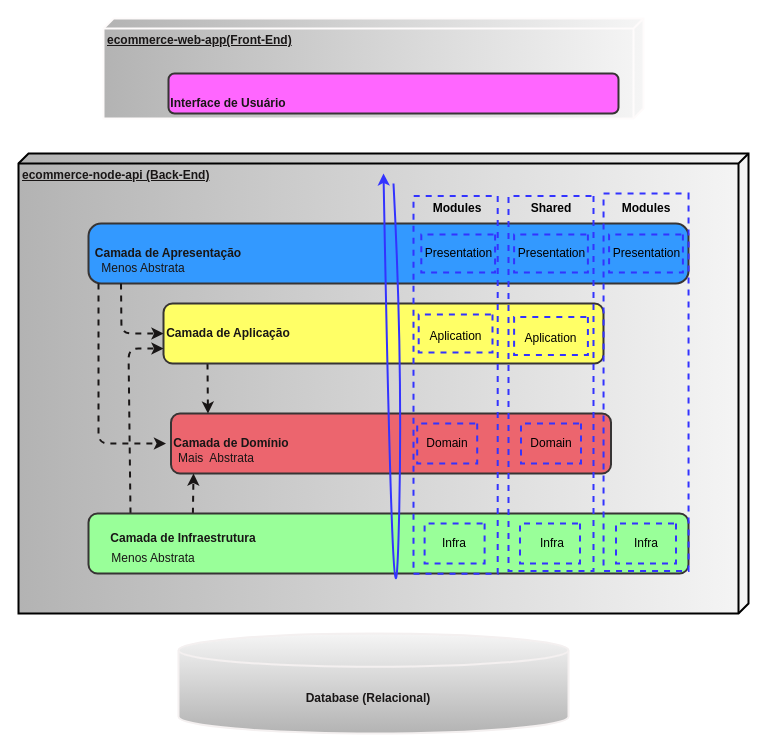
Before: page "Arquitetura em Camadas" (1 of 2) of requirements/ecommerce-arquitetura.drawio in AdsonVicente/ecommerce-node-api, a draw.io diagram. Source tidied: cells renumbered, new cells numbered last; positions are measured from the earlier drawing's top-left corner, leaving out a move shared by most shapes. Both pictures are drawn from the tidied source at 100%, with x=0, y=0 at pixel (18, 18).
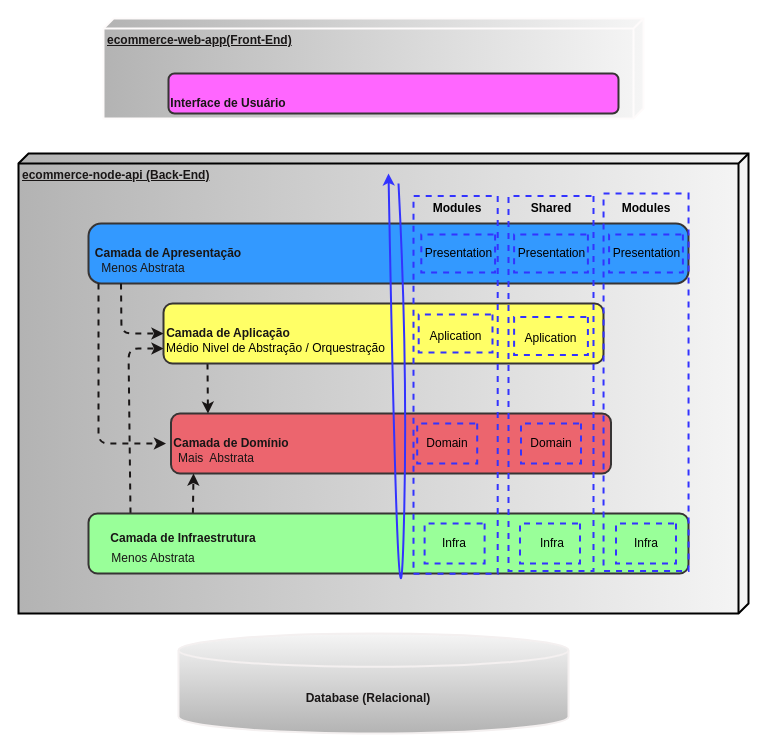
After the change.

Diff of the diagram source:
```diff
@@
     <mxCell id="24" style="curved=1;endArrow=classic;html=1;strokeColor=#3333FF;strokeWidth=2;fontColor=#191616;" parent="1" edge="1">
       <mxGeometry relative="1" as="geometry">
-        <mxPoint x="375" y="165" as="sourcePoint" />
-        <mxPoint x="365" y="155" as="targetPoint" />
+        <mxPoint x="380" y="165" as="sourcePoint" />
+        <mxPoint x="370" y="155" as="targetPoint" />
         <Array as="points">
-          <mxPoint x="385" y="355" />
-          <mxPoint x="375" y="685" />
+          <mxPoint x="390" y="355" />
+          <mxPoint x="380" y="685" />
         </Array>
       </mxGeometry>
     </mxCell>
@@
+    <mxCell id="51" value="Médio Nivel de Abstração / Orquestração" style="text;html=1;strokeColor=none;fillColor=none;align=center;verticalAlign=middle;whiteSpace=wrap;rounded=0;fontColor=#000000;" parent="1" vertex="1">
+      <mxGeometry x="145" y="315" width="225" height="30" as="geometry" />
+    </mxCell>
```
